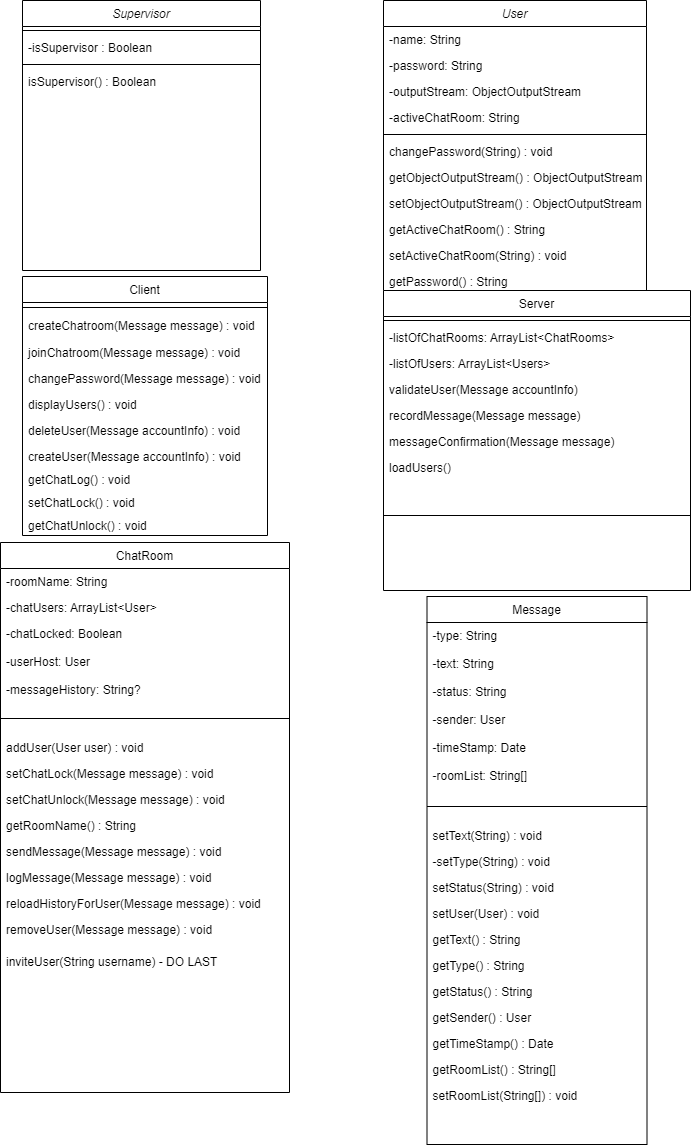
Earlier version of the draw.io export documents/Updated Design/220414.png (tony9320/Group-4-Communications-System). Source tidied: cells renumbered, new cells last; positions are measured from the earlier drawing's top-left corner, leaving out a move shared by most shapes.
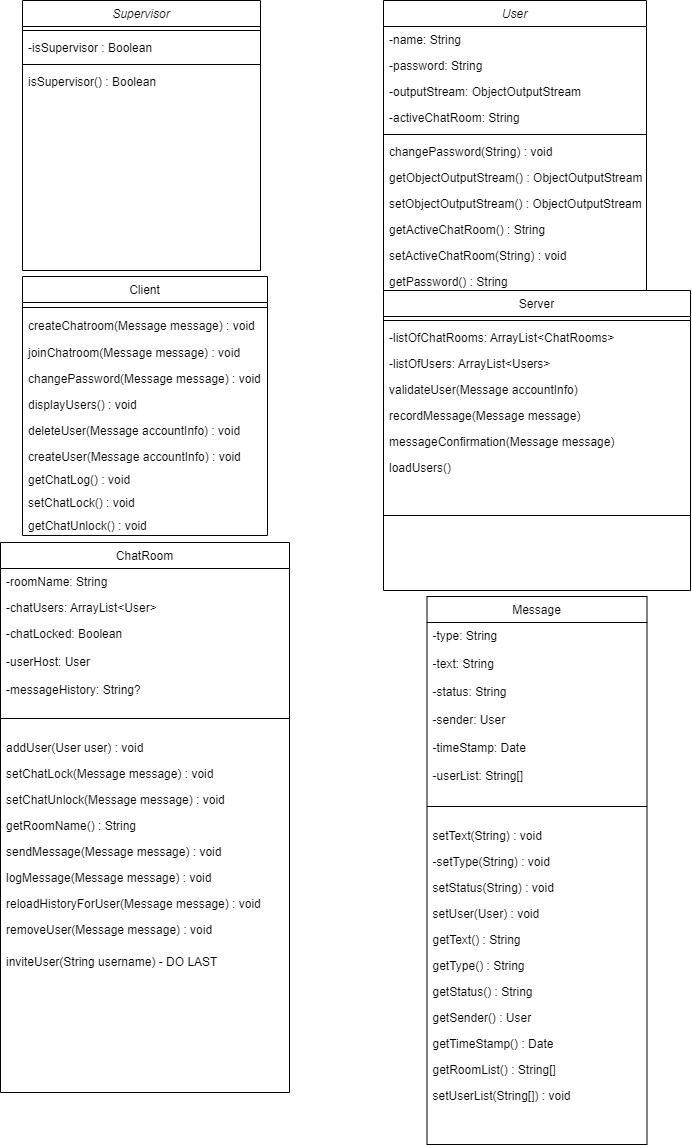
The same diagram one commit later.

Change to the diagram source:
```diff
@@ -56,7 +56,7 @@
     <mxCell id="19" value="-timeStamp: Date" style="text;align=left;verticalAlign=top;spacingLeft=4;spacingRight=4;overflow=hidden;rounded=0;shadow=0;html=0;" parent="14" vertex="1">
       <mxGeometry y="138" width="220" height="28" as="geometry" />
     </mxCell>
-    <mxCell id="20" value="-roomList: String[]" style="text;align=left;verticalAlign=top;spacingLeft=4;spacingRight=4;overflow=hidden;rounded=0;shadow=0;html=0;" parent="14" vertex="1">
+    <mxCell id="20" value="-userList: String[]" style="text;align=left;verticalAlign=top;spacingLeft=4;spacingRight=4;overflow=hidden;rounded=0;shadow=0;html=0;" parent="14" vertex="1">
       <mxGeometry y="166" width="220" height="28" as="geometry" />
     </mxCell>
     <mxCell id="21" style="line;html=1;strokeWidth=1;align=left;verticalAlign=middle;spacingTop=-1;spacingLeft=3;spacingRight=3;labelPosition=right;" parent="14" vertex="1">
@@ -92,7 +92,7 @@
     <mxCell id="31" value="getRoomList() : String[]" style="text;align=left;verticalAlign=top;spacingLeft=4;spacingRight=4;overflow=hidden;" parent="14" vertex="1">
       <mxGeometry y="460" width="220" height="26" as="geometry" />
     </mxCell>
-    <mxCell id="32" value="setRoomList(String[]) : void" style="text;align=left;verticalAlign=top;spacingLeft=4;spacingRight=4;overflow=hidden;" parent="14" vertex="1">
+    <mxCell id="32" value="setUserList(String[]) : void" style="text;align=left;verticalAlign=top;spacingLeft=4;spacingRight=4;overflow=hidden;" parent="14" vertex="1">
       <mxGeometry y="486" width="220" height="26" as="geometry" />
     </mxCell>
     <mxCell id="33" value="Server" style="swimlane;fontStyle=0;align=center;verticalAlign=top;horizontal=1;startSize=26;rounded=0;shadow=0;strokeWidth=1;" parent="1" vertex="1">
```
